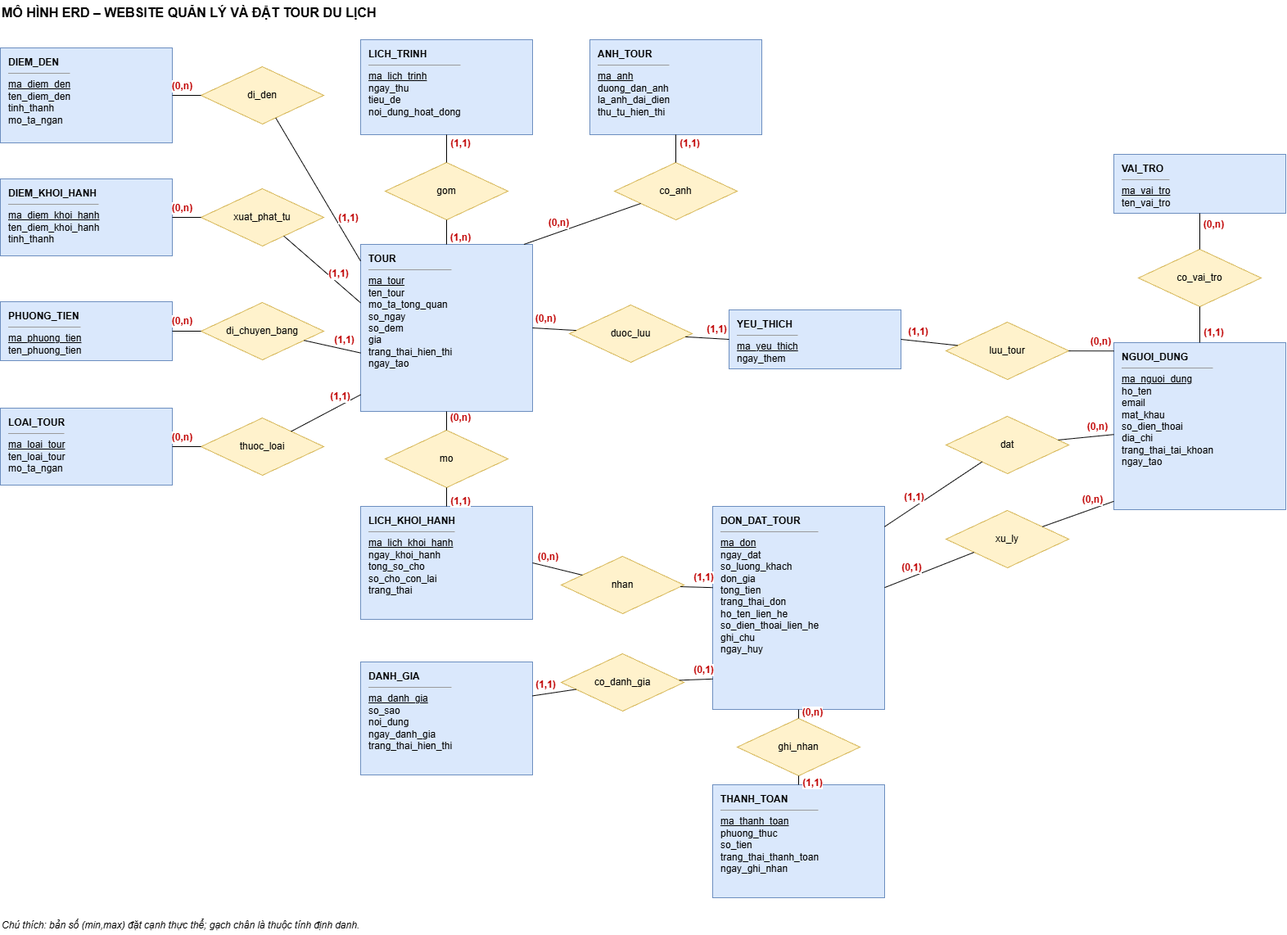
The draw.io diagram docs/ERD_WebsiteDatTour.png in khang29405/cn-da23tta-vuonghaokhang-traveltour-nodejs, before a commit. Source tidied: cells renumbered, new cells last; positions are measured from the earlier drawing's top-left corner, leaving out a move shared by most shapes.
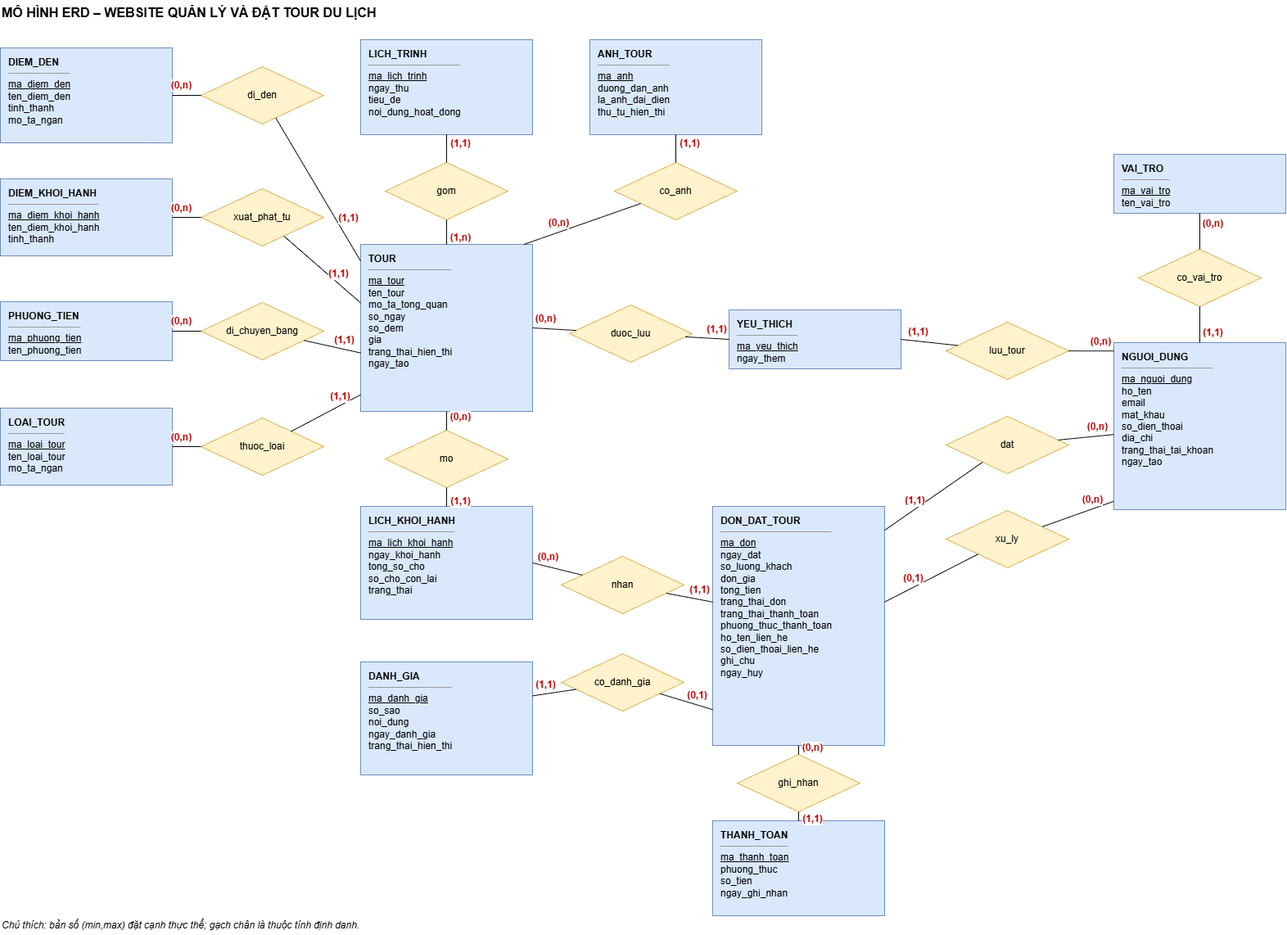
After the commit.

Commit message:
Viet API dat tour, lich su va chi tiet don dat tour

The edit, as a diff of the source:
```diff
@@ -32,11 +32,11 @@
     <mxCell id="11" value="&lt;b&gt;LICH_KHOI_HANH&lt;/b&gt;&lt;hr size='1'&gt;&lt;u&gt;ma_lich_khoi_hanh&lt;/u&gt;&lt;br&gt;ngay_khoi_hanh&lt;br&gt;tong_so_cho&lt;br&gt;so_cho_con_lai&lt;br&gt;trang_thai" style="rounded=0;whiteSpace=wrap;html=1;align=left;verticalAlign=top;spacingLeft=8;spacingTop=4;fontSize=12;fillColor=#dae8fc;strokeColor=#6c8ebf;" parent="1" vertex="1">
       <mxGeometry x="440" y="618" width="210" height="138" as="geometry" />
     </mxCell>
-    <mxCell id="12" value="&lt;b&gt;DON_DAT_TOUR&lt;/b&gt;&lt;hr size='1'&gt;&lt;u&gt;ma_don&lt;/u&gt;&lt;br&gt;ngay_dat&lt;br&gt;so_luong_khach&lt;br&gt;don_gia&lt;br&gt;tong_tien&lt;br&gt;trang_thai_don&lt;br&gt;ho_ten_lien_he&lt;br&gt;so_dien_thoai_lien_he&lt;br&gt;ghi_chu&lt;br&gt;ngay_huy" style="rounded=0;whiteSpace=wrap;html=1;align=left;verticalAlign=top;spacingLeft=8;spacingTop=4;fontSize=12;fillColor=#dae8fc;strokeColor=#6c8ebf;" parent="1" vertex="1">
-      <mxGeometry x="870" y="618" width="210" height="248" as="geometry" />
+    <mxCell id="12" value="&lt;b&gt;DON_DAT_TOUR&lt;/b&gt;&lt;hr size='1'&gt;&lt;u&gt;ma_don&lt;/u&gt;&lt;br&gt;ngay_dat&lt;br&gt;so_luong_khach&lt;br&gt;don_gia&lt;br&gt;tong_tien&lt;br&gt;trang_thai_don&lt;br&gt;trang_thai_thanh_toan&lt;br&gt;phuong_thuc_thanh_toan&lt;br&gt;ho_ten_lien_he&lt;br&gt;so_dien_thoai_lien_he&lt;br&gt;ghi_chu&lt;br&gt;ngay_huy" style="rounded=0;whiteSpace=wrap;html=1;align=left;verticalAlign=top;spacingLeft=8;spacingTop=4;fontSize=12;fillColor=#dae8fc;strokeColor=#6c8ebf;" parent="1" vertex="1">
+      <mxGeometry x="870" y="618" width="210" height="292" as="geometry" />
     </mxCell>
-    <mxCell id="13" value="&lt;b&gt;THANH_TOAN&lt;/b&gt;&lt;hr size='1'&gt;&lt;u&gt;ma_thanh_toan&lt;/u&gt;&lt;br&gt;phuong_thuc&lt;br&gt;so_tien&lt;br&gt;trang_thai_thanh_toan&lt;br&gt;ngay_ghi_nhan" style="rounded=0;whiteSpace=wrap;html=1;align=left;verticalAlign=top;spacingLeft=8;spacingTop=4;fontSize=12;fillColor=#dae8fc;strokeColor=#6c8ebf;" parent="1" vertex="1">
-      <mxGeometry x="870" y="958" width="210" height="138" as="geometry" />
+    <mxCell id="13" value="&lt;b&gt;THANH_TOAN&lt;/b&gt;&lt;hr size='1'&gt;&lt;u&gt;ma_thanh_toan&lt;/u&gt;&lt;br&gt;phuong_thuc&lt;br&gt;so_tien&lt;br&gt;ngay_ghi_nhan" style="rounded=0;whiteSpace=wrap;html=1;align=left;verticalAlign=top;spacingLeft=8;spacingTop=4;fontSize=12;fillColor=#dae8fc;strokeColor=#6c8ebf;" parent="1" vertex="1">
+      <mxGeometry x="870" y="1002" width="210" height="116" as="geometry" />
     </mxCell>
     <mxCell id="14" value="&lt;b&gt;DANH_GIA&lt;/b&gt;&lt;hr size='1'&gt;&lt;u&gt;ma_danh_gia&lt;/u&gt;&lt;br&gt;so_sao&lt;br&gt;noi_dung&lt;br&gt;ngay_danh_gia&lt;br&gt;trang_thai_hien_thi" style="rounded=0;whiteSpace=wrap;html=1;align=left;verticalAlign=top;spacingLeft=8;spacingTop=4;fontSize=12;fillColor=#dae8fc;strokeColor=#6c8ebf;" parent="1" vertex="1">
       <mxGeometry x="440" y="808" width="210" height="138" as="geometry" />
@@ -84,7 +84,7 @@
       <mxGeometry x="685" y="798" width="150" height="70" as="geometry" />
     </mxCell>
     <mxCell id="29" value="ghi_nhan" style="rhombus;whiteSpace=wrap;html=1;fontSize=12;fillColor=#fff2cc;strokeColor=#d6b656;" parent="1" vertex="1">
-      <mxGeometry x="900" y="877" width="150" height="70" as="geometry" />
+      <mxGeometry x="900" y="921" width="150" height="70" as="geometry" />
     </mxCell>
     <mxCell id="30" value="luu_tour" style="rhombus;whiteSpace=wrap;html=1;fontSize=12;fillColor=#fff2cc;strokeColor=#d6b656;" parent="1" vertex="1">
       <mxGeometry x="1155" y="393" width="150" height="70" as="geometry" />
```
